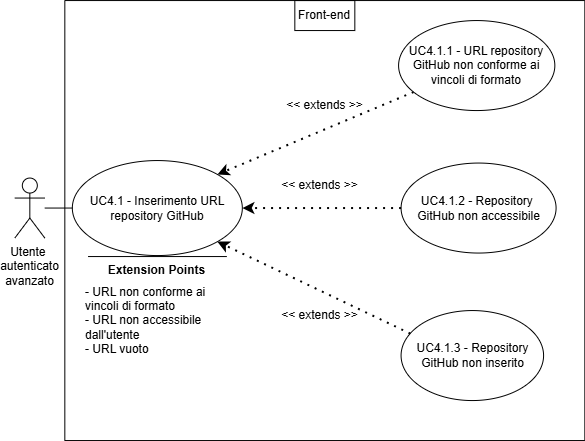
Before: assets/diagrams/UC4_1.png, a diagram exported from draw.io (SkarabGroup/DocumentazioneProgetto). Source tidied: cells renumbered, new cells last; positions are measured from the earlier drawing's top-left corner, leaving out a move shared by most shapes.
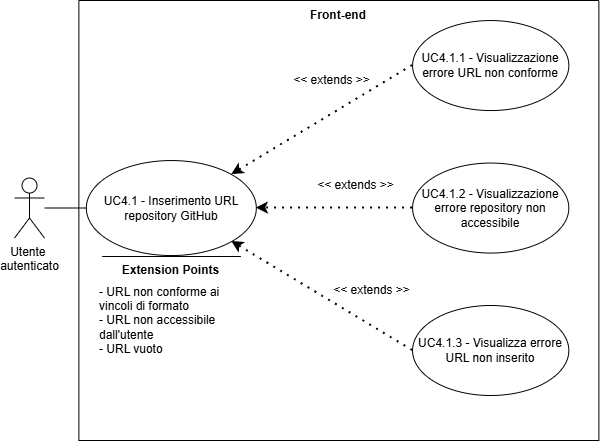
After the commit.

The edit, as a diff of the source:
```diff
@@ -5,23 +5,20 @@
     <mxCell id="2" style="swimlane;startSize=0;" parent="1" vertex="1">
       <mxGeometry x="50.3" width="520" height="440" as="geometry" />
     </mxCell>
-    <mxCell id="3" value="UC4.1.1 - URL repository GitHub non conforme ai vincoli di formato" style="ellipse;whiteSpace=wrap;html=1;" parent="2" vertex="1">
+    <mxCell id="3" value="UC4.1.1 - Visualizzazione errore URL non conforme" style="ellipse;whiteSpace=wrap;html=1;" parent="2" vertex="1">
       <mxGeometry x="333.8" y="20" width="156.2" height="90" as="geometry" />
     </mxCell>
-    <mxCell id="4" style="endArrow=classic;dashed=1;html=1;dashPattern=1 3;strokeWidth=2;rounded=0;entryX=1;entryY=0;entryDx=0;entryDy=0;strokeColor=default;curved=0;endFill=1;endSize=6;" parent="2" edge="1" source="3" target="9">
+    <mxCell id="4" style="endArrow=classic;dashed=1;html=1;dashPattern=1 3;strokeWidth=2;rounded=0;entryX=1;entryY=0;entryDx=0;entryDy=0;strokeColor=default;curved=0;endFill=1;endSize=6;exitX=0;exitY=0.5;exitDx=0;exitDy=0;" parent="2" edge="1" source="3" target="9">
       <mxGeometry relative="1" as="geometry" />
     </mxCell>
     <mxCell id="5" value="&lt;div&gt;&amp;lt;&amp;lt; extends &amp;gt;&amp;gt;&lt;/div&gt;" style="text;html=1;whiteSpace=wrap;strokeColor=none;fillColor=none;align=center;verticalAlign=middle;rounded=0;" parent="2" vertex="1">
-      <mxGeometry x="212.5" y="90" width="95" height="30" as="geometry" />
+      <mxGeometry x="205.7" y="65" width="95" height="30" as="geometry" />
     </mxCell>
-    <mxCell id="6" value="&lt;div&gt;UC4.1.2 - Repository&amp;nbsp;&lt;/div&gt;&lt;div&gt;GitHub non accessibile&lt;/div&gt;" style="ellipse;whiteSpace=wrap;html=1;" parent="2" vertex="1">
-      <mxGeometry x="336.2" y="162.5" width="155" height="90" as="geometry" />
-    </mxCell>
-    <mxCell id="7" style="endArrow=classic;dashed=1;html=1;dashPattern=1 3;strokeWidth=2;rounded=0;exitX=0;exitY=0.5;exitDx=0;exitDy=0;strokeColor=default;curved=0;endFill=1;endSize=6;entryX=1;entryY=0.5;entryDx=0;entryDy=0;" parent="2" edge="1" source="6" target="9">
+    <mxCell id="7" style="endArrow=classic;dashed=1;html=1;dashPattern=1 3;strokeWidth=2;rounded=0;exitX=0;exitY=0.5;exitDx=0;exitDy=0;strokeColor=default;curved=0;endFill=1;endSize=6;entryX=1;entryY=0.5;entryDx=0;entryDy=0;" parent="2" edge="1" source="19" target="9">
       <mxGeometry relative="1" as="geometry" />
     </mxCell>
     <mxCell id="8" value="&amp;lt;&amp;lt; extends &amp;gt;&amp;gt;" style="text;html=1;whiteSpace=wrap;strokeColor=none;fillColor=none;align=center;verticalAlign=middle;rounded=0;" parent="2" vertex="1">
-      <mxGeometry x="207.5" y="170" width="95" height="30" as="geometry" />
+      <mxGeometry x="230" y="170" width="95" height="30" as="geometry" />
     </mxCell>
     <mxCell id="9" value="UC4.1 - Inserimento URL repository GitHub" style="ellipse;whiteSpace=wrap;html=1;" parent="2" vertex="1">
       <mxGeometry x="7.5" y="160" width="170" height="95" as="geometry" />
@@ -38,20 +35,23 @@
     <mxCell id="12" value="&lt;div align=&quot;left&quot;&gt;- URL non conforme ai vincoli di formato&lt;/div&gt;&lt;div align=&quot;left&quot;&gt;- URL non accessibile dall'utente&lt;/div&gt;&lt;div align=&quot;left&quot;&gt;- URL vuoto&lt;/div&gt;" style="text;html=1;whiteSpace=wrap;strokeColor=none;fillColor=none;align=left;verticalAlign=middle;rounded=0;" parent="2" vertex="1">
       <mxGeometry x="19" y="270" width="147" height="100" as="geometry" />
     </mxCell>
-    <mxCell id="13" value="UC4.1.3 - Repository GitHub non inserito" style="ellipse;whiteSpace=wrap;html=1;" parent="2" vertex="1">
-      <mxGeometry x="336.2" y="310" width="142.5" height="90" as="geometry" />
-    </mxCell>
-    <mxCell id="14" style="endArrow=classic;dashed=1;html=1;dashPattern=1 3;strokeWidth=2;rounded=0;entryX=1;entryY=1;entryDx=0;entryDy=0;exitX=0.065;exitY=0.256;exitDx=0;exitDy=0;strokeColor=default;curved=0;endFill=1;endSize=6;exitPerimeter=0;" parent="2" edge="1" source="13" target="9">
+    <mxCell id="14" style="endArrow=classic;dashed=1;html=1;dashPattern=1 3;strokeWidth=2;rounded=0;entryX=1;entryY=1;entryDx=0;entryDy=0;exitX=0;exitY=0.5;exitDx=0;exitDy=0;strokeColor=default;curved=0;endFill=1;endSize=6;" parent="2" edge="1" source="20" target="9">
       <mxGeometry relative="1" as="geometry" />
     </mxCell>
     <mxCell id="15" value="&amp;lt;&amp;lt; extends &amp;gt;&amp;gt;" style="text;html=1;whiteSpace=wrap;strokeColor=none;fillColor=none;align=center;verticalAlign=middle;rounded=0;" parent="2" vertex="1">
-      <mxGeometry x="207.5" y="300" width="95" height="30" as="geometry" />
+      <mxGeometry x="245.7" y="274.9" width="95" height="30" as="geometry" />
     </mxCell>
-    <mxCell id="16" value="Front-end" style="text;html=1;whiteSpace=wrap;strokeColor=default;fillColor=none;align=center;verticalAlign=middle;rounded=0;perimeterSpacing=1;" parent="2" vertex="1">
+    <mxCell id="16" value="Front-end" style="text;html=1;whiteSpace=wrap;strokeColor=none;fillColor=none;align=center;verticalAlign=middle;rounded=0;perimeterSpacing=1;fontStyle=1;" parent="2" vertex="1">
       <mxGeometry x="230" width="60" height="30" as="geometry" />
     </mxCell>
+    <mxCell id="19" value="UC4.1.2 - Visualizzazione errore repository non accessibile" style="ellipse;whiteSpace=wrap;html=1;" parent="2" vertex="1">
+      <mxGeometry x="333.7" y="162.5" width="156.2" height="90" as="geometry" />
+    </mxCell>
+    <mxCell id="20" value="UC4.1.3 - Visualizza errore URL non inserito" style="ellipse;whiteSpace=wrap;html=1;" parent="2" vertex="1">
+      <mxGeometry x="333.7" y="305" width="156.2" height="90" as="geometry" />
+    </mxCell>
-    <mxCell id="17" value="&lt;div&gt;Utente&amp;nbsp;&lt;/div&gt;&lt;div&gt;autenticato&lt;/div&gt;&lt;div&gt;avanzato&lt;/div&gt;" style="shape=umlActor;verticalLabelPosition=bottom;verticalAlign=top;html=1;outlineConnect=0;" parent="1" vertex="1">
-      <mxGeometry x="0.3" y="177.5" width="30" height="60" as="geometry" />
+    <mxCell id="17" value="&lt;div&gt;Utente&amp;nbsp;&lt;/div&gt;&lt;div&gt;autenticato&lt;/div&gt;" style="shape=umlActor;verticalLabelPosition=bottom;verticalAlign=top;html=1;outlineConnect=0;" parent="1" vertex="1">
+      <mxGeometry x="-14" y="177.5" width="30" height="60" as="geometry" />
     </mxCell>
     <mxCell id="18" style="endArrow=none;html=1;rounded=0;entryX=0;entryY=0.5;entryDx=0;entryDy=0;" parent="1" edge="1" source="17" target="9">
       <mxGeometry relative="1" as="geometry" />
```
